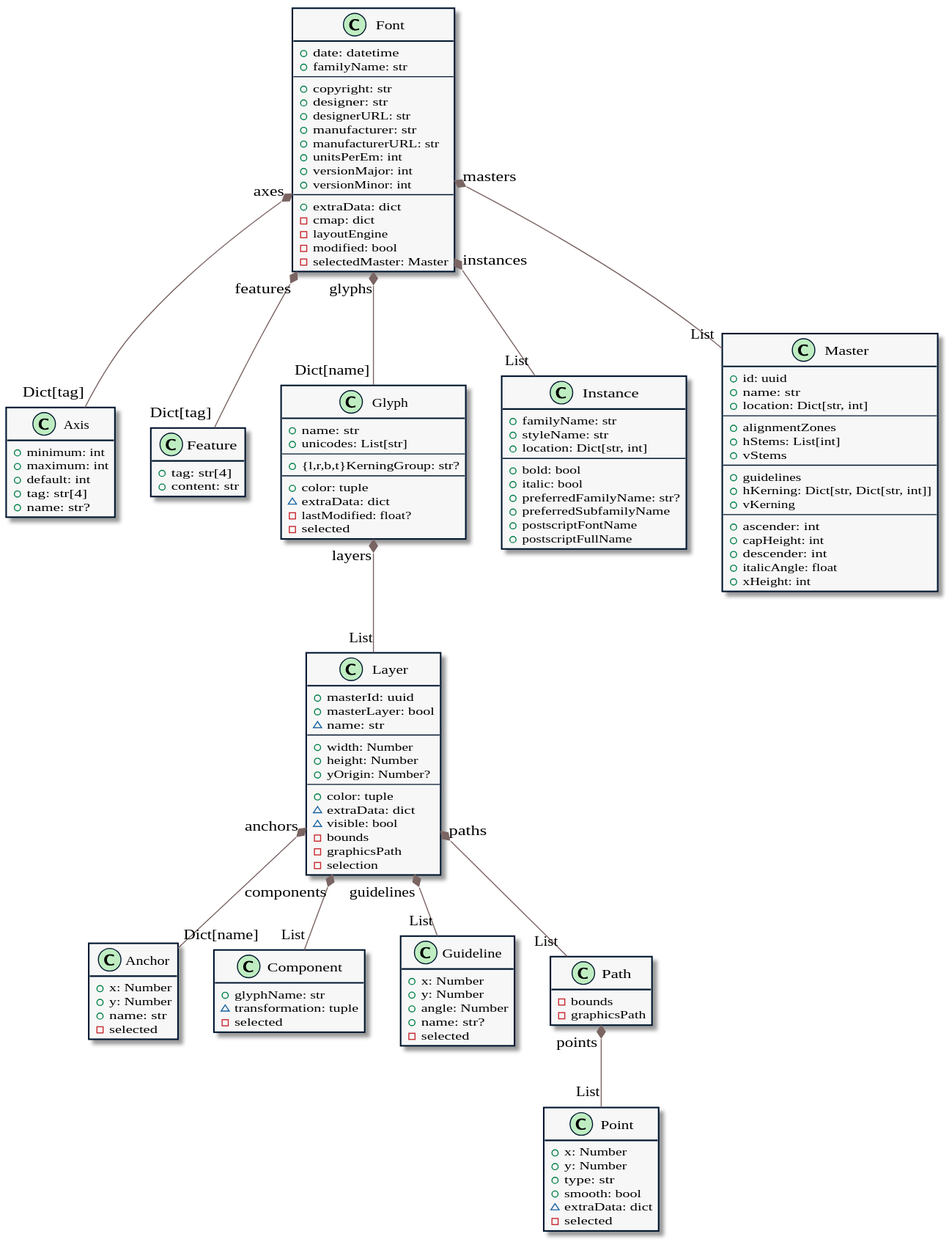
Earlier version of the PlantUML export doc/tree.svg (trufont/tfont).
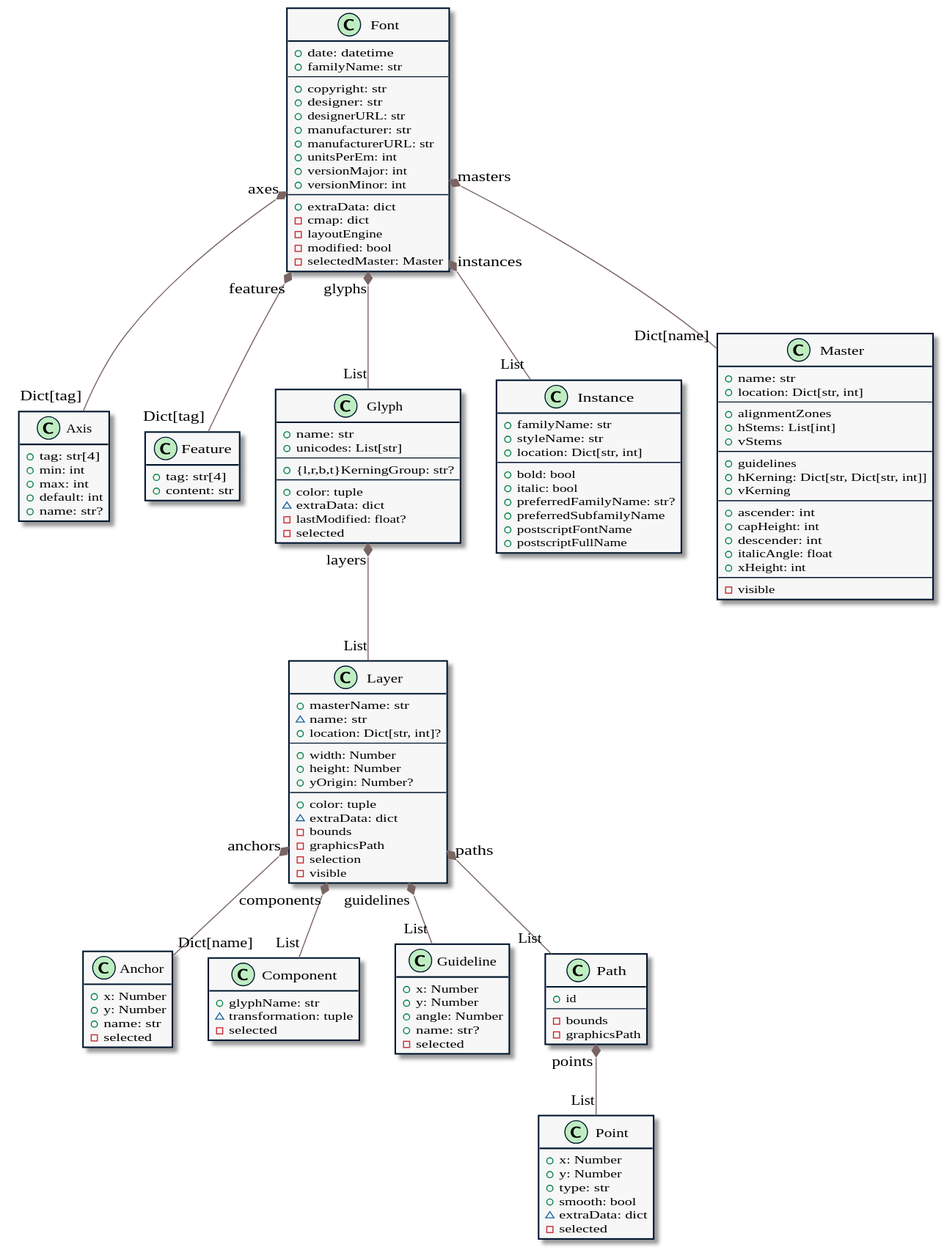
After the commit.

What changed in the source:
```diff
@@ -17,10 +17,10 @@
 }
 
 class Axis {
-  + minimum: int
-  + maximum: int
+  + tag: str[4]
+  + min: int
+  + max: int
   + default: int
-  + tag: str[4]
   + name: str?
 }
 
@@ -89,9 +89,9 @@
 }
 
 class Layer {
-  + masterId: uuid
-  + masterLayer: bool
+  + masterName: str
   ~ name: str
+  + location: Dict[str, int]?
   ---
   + width: Number
   + height: Number
@@ -99,14 +99,13 @@
   ---
   + color: tuple
   ~ extraData: dict
-  ~ visible: bool
   - bounds
   - graphicsPath
   - selection
+  - visible
 }
 
 class Master {
-  + id: uuid
   + name: str
   + location: Dict[str, int]
   ---
@@ -123,9 +122,13 @@
   + descender: int
   + italicAngle: float
   + xHeight: int
+  ---
+  - visible
 }
 
 class Path {
+  + id
+  ---
   - bounds
   - graphicsPath
 }
@@ -141,9 +144,9 @@
 
 Font "axes" *-- "Dict[tag]" Axis
 Font "features" *-- "Dict[tag]" Feature
-Font "glyphs" *-- "Dict[name]" Glyph
+Font "glyphs" *-- "List" Glyph
 Font "instances" *-- "List" Instance
-Font "masters" *-- "List" Master
+Font "masters" *-- "Dict[name]" Master
 Glyph "layers" *-- "List" Layer
 Layer "anchors" *-- "Dict[name]" Anchor
 Layer "components" *-- "List" Component
```
